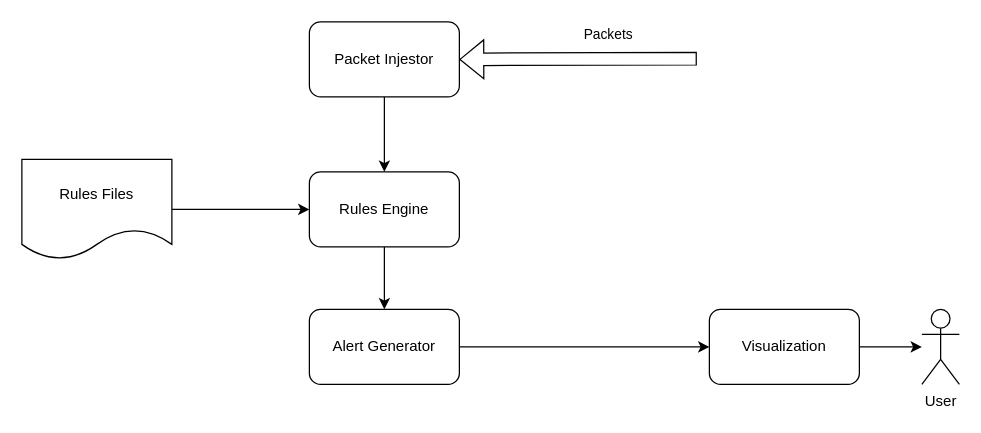
Earlier version of the draw.io diagram docs/conceptual_block_diagram.drawio (ablink4/blink-ids). Source tidied: cells renumbered, new cells numbered last; positions are measured from the earlier drawing's top-left corner, leaving out a move shared by most shapes. Both pictures are drawn from the tidied source at 125%, with x=0, y=0 at pixel (21, 21).
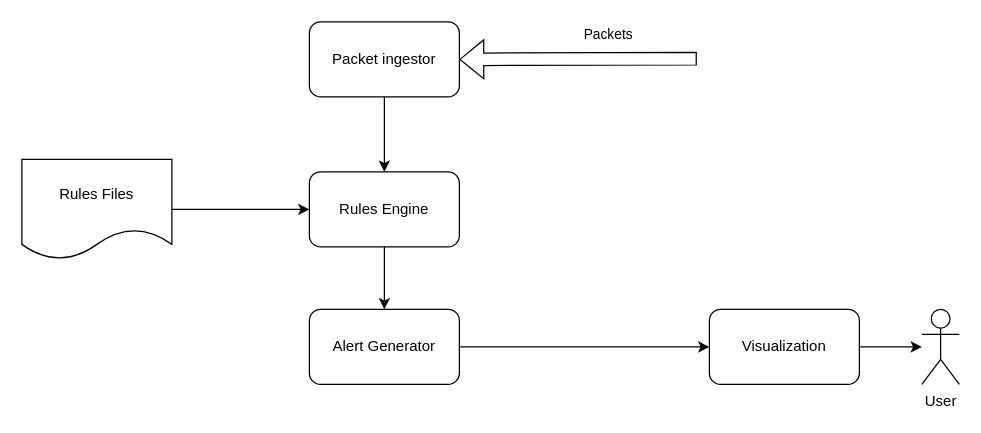
After the change.

Commit message (it also covers changes not shown here):
WIP packet ingestor module.  Currently sniffs packets on a specified interface and prints the raw bytes to the terminal.

What changed in the source:
```diff
@@
 <mxGraphModel>
   <root>
     <mxCell id="0" />
     <mxCell id="1" parent="0" />
     <mxCell id="2" style="edgeStyle=orthogonalEdgeStyle;rounded=0;jettySize=auto;html=1;" parent="1" edge="1" source="3" target="5">
       <mxGeometry relative="1" as="geometry" />
     </mxCell>
-    <mxCell id="3" value="Packet Injestor" style="rounded=1;whiteSpace=wrap;html=1;" parent="1" vertex="1">
+    <mxCell id="3" value="Packet ingestor" style="rounded=1;whiteSpace=wrap;html=1;" parent="1" vertex="1">
       <mxGeometry x="230" width="120" height="60" as="geometry" />
     </mxCell>
     <mxCell id="4" style="edgeStyle=orthogonalEdgeStyle;rounded=0;jettySize=auto;html=1;" parent="1" edge="1" source="5" target="7">
       <mxGeometry relative="1" as="geometry" />
     </mxCell>
     <mxCell id="5" value="Rules Engine" style="rounded=1;whiteSpace=wrap;html=1;" parent="1" vertex="1">
       <mxGeometry x="230" y="120" width="120" height="60" as="geometry" />
     </mxCell>
     <mxCell id="6" style="edgeStyle=none;rounded=0;jettySize=auto;html=1;exitX=1;exitY=0.5;exitDx=0;exitDy=0;entryX=0;entryY=0.5;entryDx=0;entryDy=0;" parent="1" edge="1" source="7" target="10">
       <mxGeometry relative="1" as="geometry" />
     </mxCell>
     <mxCell id="7" value="Alert Generator" style="rounded=1;whiteSpace=wrap;html=1;" parent="1" vertex="1">
       <mxGeometry x="230" y="230" width="120" height="60" as="geometry" />
     </mxCell>
     <mxCell id="8" value="User" style="shape=umlActor;verticalLabelPosition=bottom;verticalAlign=top;html=1;outlineConnect=0;" parent="1" vertex="1">
       <mxGeometry x="720" y="230" width="30" height="60" as="geometry" />
     </mxCell>
     <mxCell id="9" style="edgeStyle=orthogonalEdgeStyle;rounded=0;jettySize=auto;html=1;" parent="1" edge="1" source="10" target="8">
       <mxGeometry relative="1" as="geometry" />
     </mxCell>
     <mxCell id="10" value="Visualization" style="rounded=1;whiteSpace=wrap;html=1;" parent="1" vertex="1">
       <mxGeometry x="550" y="230" width="120" height="60" as="geometry" />
     </mxCell>
     <mxCell id="11" style="edgeStyle=orthogonalEdgeStyle;rounded=0;jettySize=auto;html=1;" parent="1" edge="1" source="12" target="5">
       <mxGeometry relative="1" as="geometry" />
     </mxCell>
     <mxCell id="12" value="Rules Files" style="shape=document;whiteSpace=wrap;html=1;boundedLbl=1;" parent="1" vertex="1">
       <mxGeometry y="110" width="120" height="80" as="geometry" />
     </mxCell>
     <mxCell id="13" style="shape=flexArrow;endArrow=classic;html=1;rounded=0;entryX=1;entryY=0.5;entryDx=0;entryDy=0;" parent="1" edge="1" target="3">
       <mxGeometry relative="1" as="geometry">
         <mxPoint x="540" y="29.5" as="sourcePoint" />
       </mxGeometry>
     </mxCell>
     <mxCell id="14" value="Packets" style="edgeLabel;html=1;align=center;verticalAlign=middle;" parent="13" vertex="1">
       <mxGeometry x="-0.24" y="4" relative="1" as="geometry">
         <mxPoint y="-24" as="offset" />
       </mxGeometry>
     </mxCell>
   </root>
 </mxGraphModel>
```
